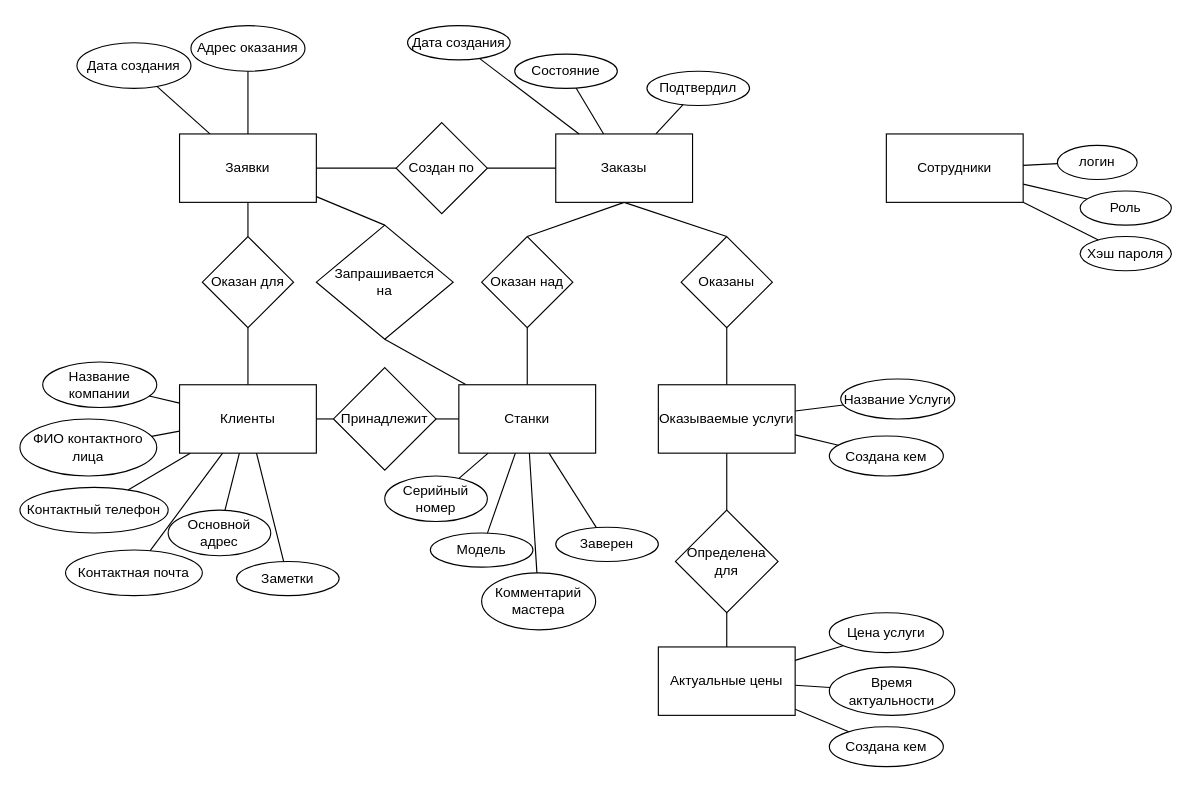
Above: ConceptDatabase.drawio in jecsonM/TRPO4course- (draw.io), before the change. Source tidied: cells renumbered, new cells numbered last; positions are measured from the earlier drawing's top-left corner, leaving out a move shared by most shapes. Both pictures are drawn from the tidied source at 114%, with x=0, y=0 at pixel (19, 25).
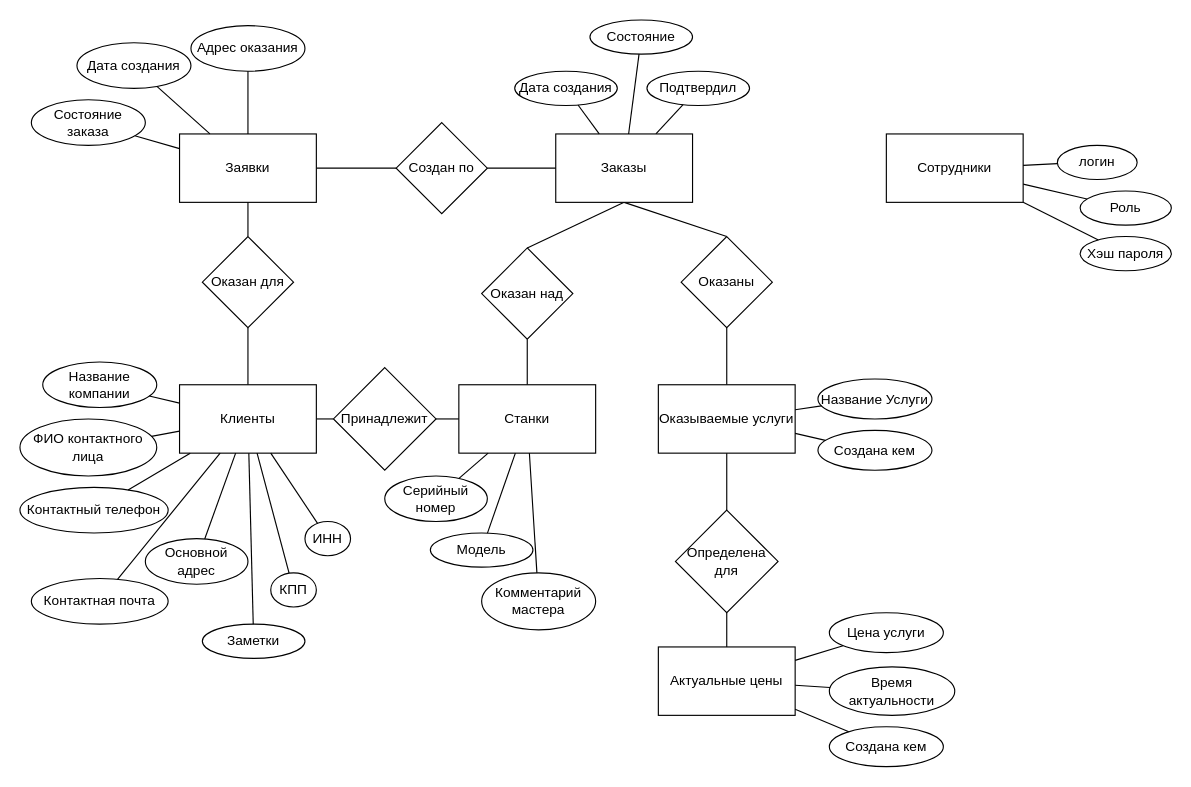
After the change.

Unchanged cells that the change refers to:
```xml
<mxCell id="4" value="Клиенты" style="rounded=0;whiteSpace=wrap;html=1;" parent="1" vertex="1">
  <mxGeometry x="140" y="315" width="120" height="60" as="geometry" />
</mxCell>
<mxCell id="10" value="Станки" style="rounded=0;whiteSpace=wrap;html=1;" parent="1" vertex="1">
  <mxGeometry x="385" y="315" width="120" height="60" as="geometry" />
</mxCell>
<mxCell id="16" value="Заявки" style="rounded=0;whiteSpace=wrap;html=1;" parent="1" vertex="1">
  <mxGeometry x="140" y="95" width="120" height="60" as="geometry" />
</mxCell>
```

Change to the diagram source:
```diff
@@
-    <mxCell id="8" style="edgeStyle=none;shape=connector;rounded=0;jettySize=auto;html=1;entryX=0.5;entryY=1;entryDx=0;entryDy=0;strokeColor=default;align=center;verticalAlign=middle;fontFamily=Helvetica;fontSize=12;fontColor=default;labelBackgroundColor=default;startSize=8;endArrow=none;endFill=0;endSize=8;" parent="1" edge="1" source="10" target="59">
-      <mxGeometry relative="1" as="geometry" />
-    </mxCell>
-    <mxCell id="9" style="edgeStyle=none;shape=connector;rounded=0;jettySize=auto;html=1;strokeColor=default;align=center;verticalAlign=middle;fontFamily=Helvetica;fontSize=12;fontColor=default;labelBackgroundColor=default;startSize=8;endArrow=none;endFill=0;endSize=8;" parent="1" edge="1" source="10" target="62">
-      <mxGeometry relative="1" as="geometry" />
-    </mxCell>
@@
     <mxCell id="23" value="Оказан над" style="rhombus;whiteSpace=wrap;html=1;" parent="1" vertex="1">
-      <mxGeometry x="405" y="185" width="80" height="80" as="geometry" />
+      <mxGeometry x="405" y="195" width="80" height="80" as="geometry" />
     </mxCell>
@@
     <mxCell id="41" value="Контактная почта" style="ellipse;whiteSpace=wrap;html=1;fontFamily=Helvetica;fontSize=12;fontColor=default;labelBackgroundColor=none;fillColor=none;" parent="1" vertex="1">
-      <mxGeometry x="40" y="460" width="120" height="40" as="geometry" />
+      <mxGeometry x="10" y="485" width="120" height="40" as="geometry" />
     </mxCell>
@@
     <mxCell id="43" value="&lt;span style=&quot;font-weight: normal;&quot;&gt;Заметки&lt;/span&gt;" style="ellipse;whiteSpace=wrap;html=1;fontFamily=Helvetica;fontSize=12;fontColor=default;labelBackgroundColor=none;fillColor=none;fontStyle=1;" parent="1" vertex="1">
-      <mxGeometry x="190" y="470" width="90" height="30" as="geometry" />
+      <mxGeometry x="160" y="525" width="90" height="30" as="geometry" />
     </mxCell>
@@
     <mxCell id="45" value="Основной адрес" style="ellipse;whiteSpace=wrap;html=1;fontFamily=Helvetica;fontSize=12;fontColor=default;labelBackgroundColor=none;fillColor=none;" parent="1" vertex="1">
-      <mxGeometry x="130" y="425" width="90" height="40" as="geometry" />
+      <mxGeometry x="110" y="450" width="90" height="40" as="geometry" />
     </mxCell>
@@
     <mxCell id="53" value="&lt;span style=&quot;font-weight: normal;&quot;&gt;Состояние&lt;/span&gt;" style="ellipse;whiteSpace=wrap;html=1;fontFamily=Helvetica;fontSize=12;fontColor=default;labelBackgroundColor=none;fillColor=none;fontStyle=1;" parent="1" vertex="1">
-      <mxGeometry x="434" y="25" width="90" height="30" as="geometry" />
+      <mxGeometry x="500" y="-5" width="90" height="30" as="geometry" />
     </mxCell>
@@
-    <mxCell id="58" style="edgeStyle=none;shape=connector;rounded=0;jettySize=auto;html=1;exitX=0.5;exitY=0;exitDx=0;exitDy=0;strokeColor=default;align=center;verticalAlign=middle;fontFamily=Helvetica;fontSize=12;fontColor=default;labelBackgroundColor=default;startSize=8;endArrow=none;endFill=0;endSize=8;" parent="1" edge="1" source="59" target="16">
-      <mxGeometry relative="1" as="geometry" />
-    </mxCell>
-    <mxCell id="59" value="Запрашивается&lt;div&gt;на&lt;/div&gt;" style="rhombus;whiteSpace=wrap;html=1;" parent="1" vertex="1">
-      <mxGeometry x="260" y="175" width="120" height="100" as="geometry" />
-    </mxCell>
@@
-    <mxCell id="62" value="&lt;span style=&quot;font-weight: normal;&quot;&gt;Заверен&lt;/span&gt;" style="ellipse;whiteSpace=wrap;html=1;fontFamily=Helvetica;fontSize=12;fontColor=default;labelBackgroundColor=none;fillColor=none;fontStyle=1;" parent="1" vertex="1">
-      <mxGeometry x="470" y="440" width="90" height="30" as="geometry" />
-    </mxCell>
@@
     <mxCell id="64" value="&lt;span style=&quot;font-weight: normal;&quot;&gt;Название Услуги&lt;/span&gt;" style="ellipse;whiteSpace=wrap;html=1;fontFamily=Helvetica;fontSize=12;fontColor=default;labelBackgroundColor=none;fillColor=none;fontStyle=1;" parent="1" vertex="1">
-      <mxGeometry x="720" y="310" width="100" height="35" as="geometry" />
+      <mxGeometry x="700" y="310" width="100" height="35" as="geometry" />
     </mxCell>
@@
     <mxCell id="70" value="&lt;span style=&quot;font-weight: normal;&quot;&gt;Создана кем&lt;/span&gt;" style="ellipse;whiteSpace=wrap;html=1;fontFamily=Helvetica;fontSize=12;fontColor=default;labelBackgroundColor=none;fillColor=none;fontStyle=1;" parent="1" vertex="1">
-      <mxGeometry x="710" y="360" width="100" height="35" as="geometry" />
+      <mxGeometry x="700" y="355" width="100" height="35" as="geometry" />
     </mxCell>
@@
     <mxCell id="75" value="&lt;span style=&quot;font-weight: normal;&quot;&gt;Дата создания&lt;/span&gt;" style="ellipse;whiteSpace=wrap;html=1;fontFamily=Helvetica;fontSize=12;fontColor=default;labelBackgroundColor=none;fillColor=none;fontStyle=1;" parent="1" vertex="1">
-      <mxGeometry x="340" width="90" height="30" as="geometry" />
+      <mxGeometry x="434" y="40" width="90" height="30" as="geometry" />
     </mxCell>
+    <mxCell id="76" value="&lt;span style=&quot;font-weight: normal;&quot;&gt;ИНН&lt;/span&gt;" style="ellipse;whiteSpace=wrap;html=1;fontFamily=Helvetica;fontSize=12;fontColor=default;labelBackgroundColor=none;fillColor=none;fontStyle=1;" parent="1" vertex="1">
+      <mxGeometry x="250" y="435" width="40" height="30" as="geometry" />
+    </mxCell>
+    <mxCell id="77" value="&lt;span style=&quot;font-weight: normal;&quot;&gt;КПП&lt;/span&gt;" style="ellipse;whiteSpace=wrap;html=1;fontFamily=Helvetica;fontSize=12;fontColor=default;labelBackgroundColor=none;fillColor=none;fontStyle=1;" parent="1" vertex="1">
+      <mxGeometry x="220" y="480" width="40" height="30" as="geometry" />
+    </mxCell>
+    <mxCell id="78" style="edgeStyle=none;shape=connector;rounded=0;jettySize=auto;html=1;strokeColor=default;align=center;verticalAlign=middle;fontFamily=Helvetica;fontSize=12;fontColor=default;labelBackgroundColor=default;startSize=8;endArrow=none;endFill=0;endSize=8;" parent="1" edge="1" source="76" target="4">
+      <mxGeometry relative="1" as="geometry" />
+    </mxCell>
+    <mxCell id="79" style="edgeStyle=none;shape=connector;rounded=0;jettySize=auto;html=1;strokeColor=default;align=center;verticalAlign=middle;fontFamily=Helvetica;fontSize=12;fontColor=default;labelBackgroundColor=default;startSize=8;endArrow=none;endFill=0;endSize=8;" parent="1" edge="1" source="77" target="4">
+      <mxGeometry relative="1" as="geometry" />
+    </mxCell>
+    <mxCell id="80" value="Состояние заказа" style="ellipse;whiteSpace=wrap;html=1;fontFamily=Helvetica;fontSize=12;fontColor=default;labelBackgroundColor=none;fillColor=none;" parent="1" vertex="1">
+      <mxGeometry x="10" y="65" width="100" height="40" as="geometry" />
+    </mxCell>
+    <mxCell id="81" style="edgeStyle=none;shape=connector;rounded=0;jettySize=auto;html=1;strokeColor=default;align=center;verticalAlign=middle;fontFamily=Helvetica;fontSize=12;fontColor=default;labelBackgroundColor=default;startSize=8;endArrow=none;endFill=0;endSize=8;" parent="1" edge="1" source="16" target="80">
+      <mxGeometry relative="1" as="geometry" />
+    </mxCell>
```
